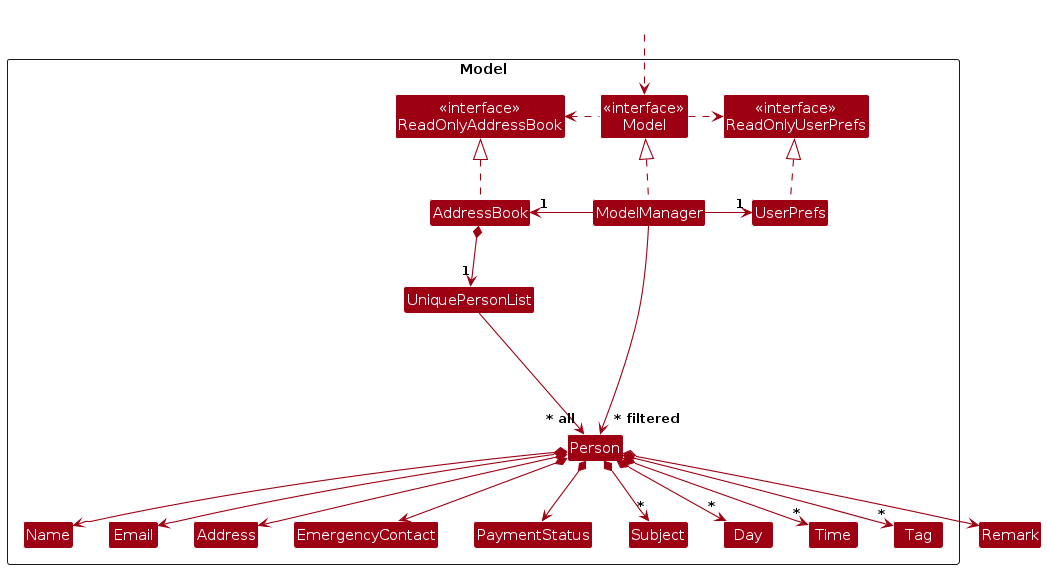
Above: diagrams/ModelClassDiagram.png in AY2526S2-CS2103T-T09-2/tp (PlantUML), before the change. Its source is kept beside it as diagrams/ModelClassDiagram.puml.
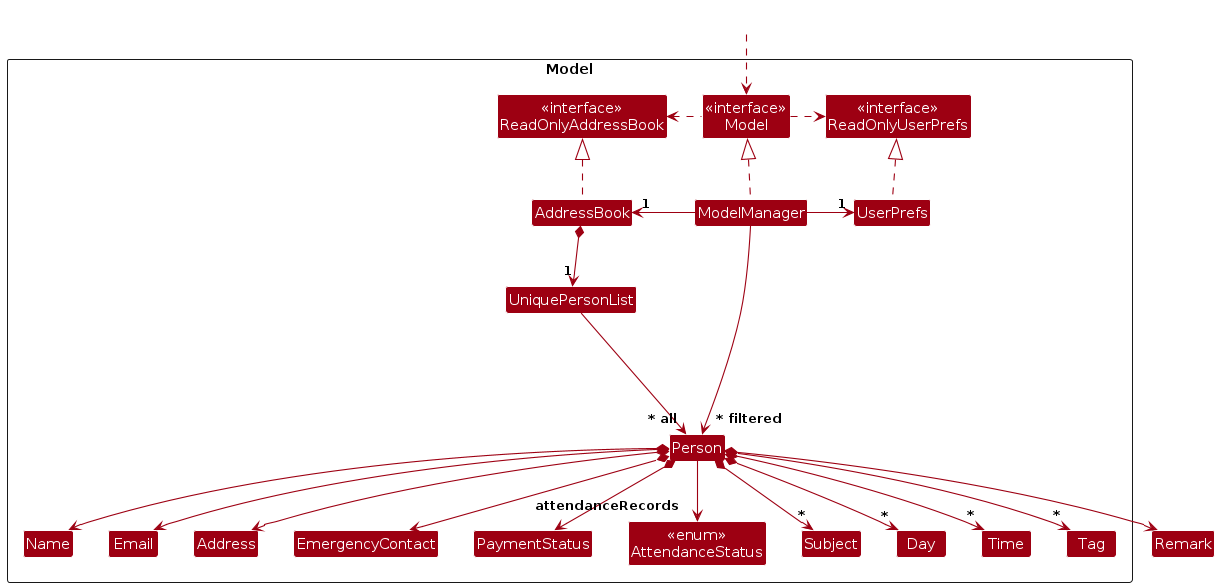
Above is the later version.

The edit, as a diff of the source:
```diff
@@ -22,6 +22,7 @@
 Class Time
 Class EmergencyContact
 Class PaymentStatus
+Class "<<enum>>\nAttendanceStatus" as AttendanceStatus
 Class Tag
 
 Class I #FFFFFF
@@ -51,6 +52,7 @@
 Person *--> PaymentStatus
 Person *--> Remark
 Person *--> "*" Tag
+Person --> "attendanceRecords" AttendanceStatus
 
 Person -[hidden]up--> I
 UniquePersonList -[hidden]right-> I
@@ -59,6 +61,7 @@
 Email -[hidden]right-> Address
 Address -[hidden]right-> EmergencyContact
 EmergencyContact -[hidden]right-> PaymentStatus
+PaymentStatus -[hidden]right-> AttendanceStatus
 
 ModelManager --> "~* filtered" Person
 @enduml
```
